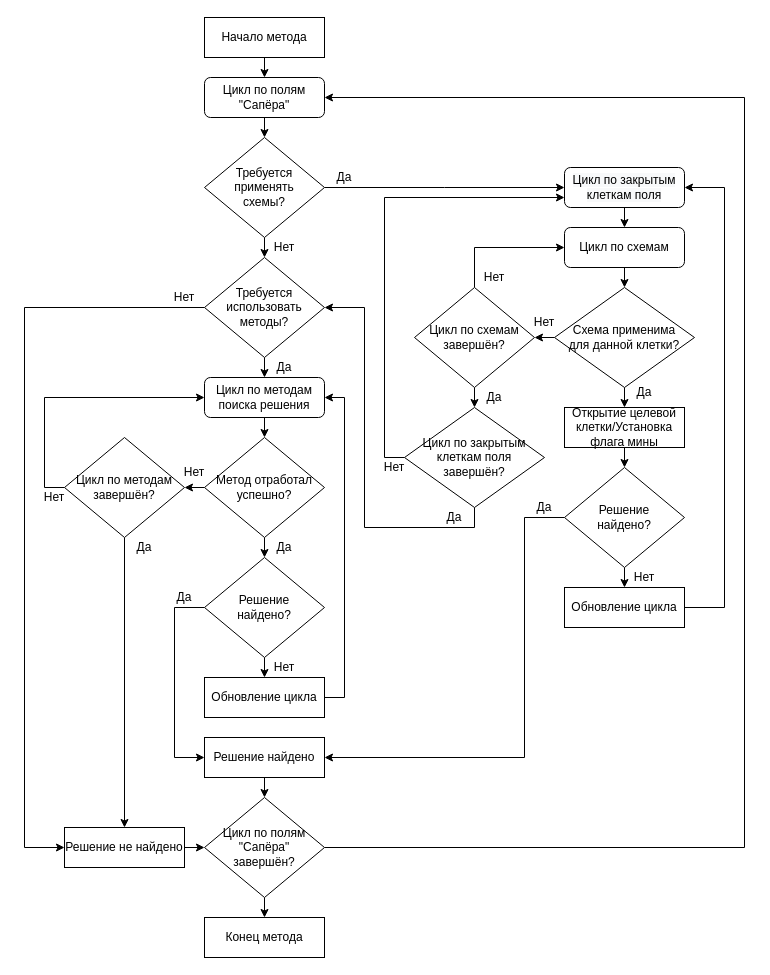
Above: page "Обучение" (23 of 28) of docs/Описание работы.drawio in xex238/Diploma_2022 (draw.io), before the change. Source tidied: cells renumbered, new cells numbered last; positions are measured from the earlier drawing's top-left corner, leaving out a move shared by most shapes. Both pictures are drawn from the tidied source at 100%, with x=0, y=0 at pixel (24, 17).
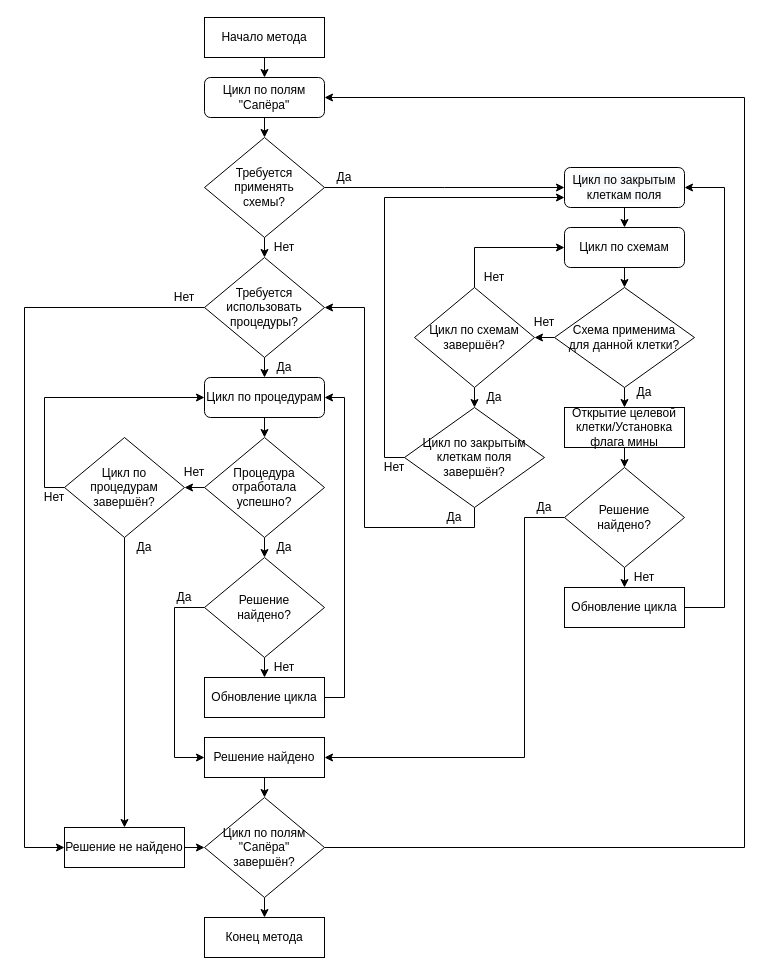
The same diagram, later.

Change to the diagram source:
```diff
@@
-    <mxCell id="24" value="Требуется использовать методы?" style="rhombus;whiteSpace=wrap;html=1;" parent="1" vertex="1">
+    <mxCell id="24" value="Требуется использовать процедуры?" style="rhombus;whiteSpace=wrap;html=1;" parent="1" vertex="1">
       <mxGeometry x="180" y="240" width="120" height="100" as="geometry" />
     </mxCell>
@@
-    <mxCell id="28" value="Метод отработал успешно?" style="rhombus;whiteSpace=wrap;html=1;" parent="1" vertex="1">
+    <mxCell id="28" value="Процедура отработала успешно?" style="rhombus;whiteSpace=wrap;html=1;" parent="1" vertex="1">
       <mxGeometry x="180" y="420" width="120" height="100" as="geometry" />
     </mxCell>
@@
-    <mxCell id="31" value="Цикл по методам завершён?" style="rhombus;whiteSpace=wrap;html=1;" parent="1" vertex="1">
+    <mxCell id="31" value="Цикл по&lt;br&gt;процедурам завершён?" style="rhombus;whiteSpace=wrap;html=1;" parent="1" vertex="1">
       <mxGeometry x="40" y="420" width="120" height="100" as="geometry" />
     </mxCell>
@@
-    <mxCell id="70" value="&lt;span&gt;Цикл по методам поиска решения&lt;/span&gt;" style="rounded=1;whiteSpace=wrap;html=1;" parent="1" vertex="1">
+    <mxCell id="70" value="&lt;span&gt;Цикл по процедурам&lt;/span&gt;" style="rounded=1;whiteSpace=wrap;html=1;" parent="1" vertex="1">
       <mxGeometry x="180" y="360" width="120" height="40" as="geometry" />
     </mxCell>
```
